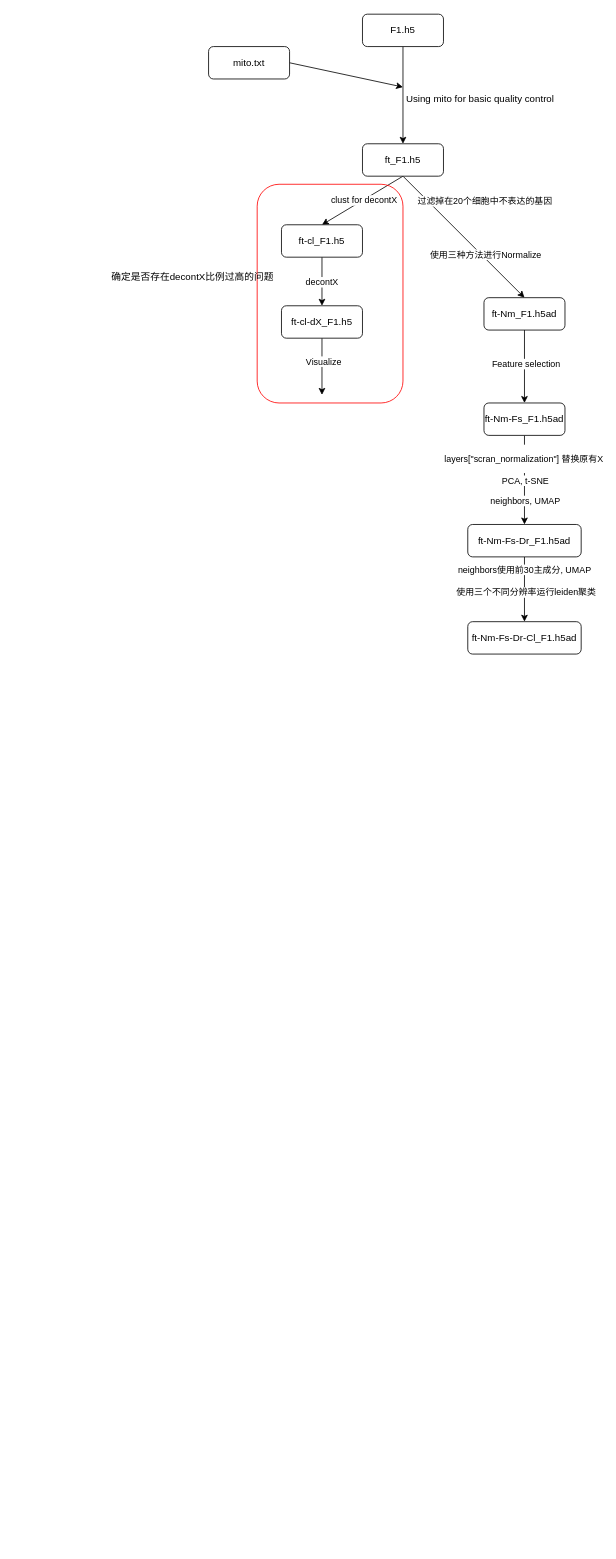
Before: .structure/main.drawio in zliu90693/downstream_analysis, a draw.io diagram. Source tidied: cells renumbered, new cells numbered last; positions are measured from the earlier drawing's top-left corner, leaving out a move shared by most shapes. Both pictures are drawn from the tidied source at 81%, with x=0, y=0 at pixel (103, 14).
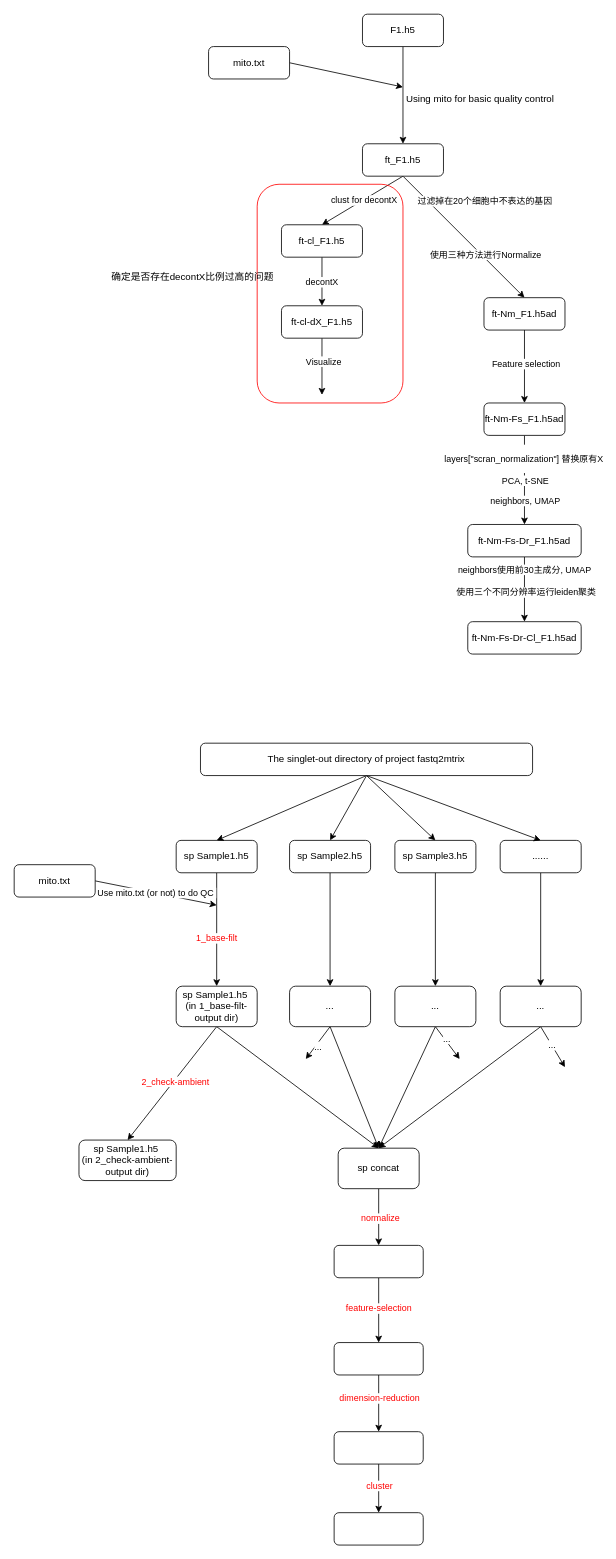
The same page after the edit.

Change to the diagram source:
```diff
@@
+    <mxCell id="35" style="edgeStyle=none;html=1;exitX=0.5;exitY=1;exitDx=0;exitDy=0;entryX=0.5;entryY=0;entryDx=0;entryDy=0;" parent="1" edge="1" source="37" target="57">
+      <mxGeometry relative="1" as="geometry" />
+    </mxCell>
+    <mxCell id="36" value="&lt;font style=&quot;color: rgb(255, 0, 0);&quot;&gt;1_base-filt&lt;/font&gt;" style="edgeLabel;html=1;align=center;verticalAlign=middle;" parent="35" vertex="1">
+      <mxGeometry x="0.14" y="-1" relative="1" as="geometry" />
+    </mxCell>
+    <mxCell id="37" value="sp Sample1.h5" style="rounded=1;whiteSpace=wrap;html=1;" parent="1" vertex="1">
+      <mxGeometry x="90" y="1020" width="100" height="40" as="geometry" />
+    </mxCell>
+    <mxCell id="38" style="edgeStyle=none;html=1;exitX=0.5;exitY=1;exitDx=0;exitDy=0;" parent="1" edge="1" source="39" target="65">
+      <mxGeometry relative="1" as="geometry" />
+    </mxCell>
+    <mxCell id="39" value="sp Sample2.h5" style="rounded=1;whiteSpace=wrap;html=1;" parent="1" vertex="1">
+      <mxGeometry x="230" y="1020" width="100" height="40" as="geometry" />
+    </mxCell>
+    <mxCell id="40" style="edgeStyle=none;html=1;exitX=0.5;exitY=1;exitDx=0;exitDy=0;" parent="1" edge="1" source="41" target="73">
+      <mxGeometry relative="1" as="geometry" />
+    </mxCell>
+    <mxCell id="41" value="sp Sample3.h5" style="rounded=1;whiteSpace=wrap;html=1;" parent="1" vertex="1">
+      <mxGeometry x="360" y="1020" width="100" height="40" as="geometry" />
+    </mxCell>
+    <mxCell id="42" style="edgeStyle=none;html=1;exitX=0.5;exitY=1;exitDx=0;exitDy=0;" parent="1" edge="1" source="43" target="69">
+      <mxGeometry relative="1" as="geometry" />
+    </mxCell>
+    <mxCell id="43" value="......" style="rounded=1;whiteSpace=wrap;html=1;" parent="1" vertex="1">
+      <mxGeometry x="490" y="1020" width="100" height="40" as="geometry" />
+    </mxCell>
+    <mxCell id="44" style="edgeStyle=none;html=1;exitX=0.5;exitY=1;exitDx=0;exitDy=0;entryX=0.5;entryY=0;entryDx=0;entryDy=0;" parent="1" edge="1" source="48" target="37">
+      <mxGeometry relative="1" as="geometry" />
+    </mxCell>
+    <mxCell id="45" style="edgeStyle=none;html=1;exitX=0.5;exitY=1;exitDx=0;exitDy=0;entryX=0.5;entryY=0;entryDx=0;entryDy=0;" parent="1" edge="1" source="48" target="39">
+      <mxGeometry relative="1" as="geometry" />
+    </mxCell>
+    <mxCell id="46" style="edgeStyle=none;html=1;exitX=0.5;exitY=1;exitDx=0;exitDy=0;entryX=0.5;entryY=0;entryDx=0;entryDy=0;" parent="1" edge="1" source="48" target="41">
+      <mxGeometry relative="1" as="geometry" />
+    </mxCell>
+    <mxCell id="47" style="edgeStyle=none;html=1;exitX=0.5;exitY=1;exitDx=0;exitDy=0;entryX=0.5;entryY=0;entryDx=0;entryDy=0;" parent="1" edge="1" source="48" target="43">
+      <mxGeometry relative="1" as="geometry" />
+    </mxCell>
+    <mxCell id="48" value="The singlet-out directory of project fastq2mtrix" style="rounded=1;whiteSpace=wrap;html=1;" parent="1" vertex="1">
+      <mxGeometry x="120" y="900" width="410" height="40" as="geometry" />
+    </mxCell>
+    <mxCell id="49" style="edgeStyle=none;html=1;exitX=1;exitY=0.5;exitDx=0;exitDy=0;" parent="1" edge="1" source="51">
+      <mxGeometry relative="1" as="geometry">
+        <mxPoint x="140" y="1100" as="targetPoint" />
+      </mxGeometry>
+    </mxCell>
+    <mxCell id="50" value="Use mito.txt (or not) to do QC&amp;nbsp;" style="edgeLabel;html=1;align=center;verticalAlign=middle;" parent="49" vertex="1">
+      <mxGeometry x="-0.1" y="1" relative="1" as="geometry">
+        <mxPoint x="8" y="2" as="offset" />
+      </mxGeometry>
+    </mxCell>
+    <mxCell id="51" value="mito.txt" style="rounded=1;whiteSpace=wrap;html=1;" parent="1" vertex="1">
+      <mxGeometry x="-110" y="1050" width="100" height="40" as="geometry" />
+    </mxCell>
+    <mxCell id="52" style="edgeStyle=none;html=1;exitX=0.5;exitY=1;exitDx=0;exitDy=0;entryX=0.5;entryY=0;entryDx=0;entryDy=0;" parent="1" edge="1" source="57" target="58">
+      <mxGeometry relative="1" as="geometry" />
+    </mxCell>
+    <mxCell id="53" value="&lt;span style=&quot;color: rgb(255, 0, 0);&quot;&gt;2_check-ambient&lt;/span&gt;" style="edgeLabel;html=1;align=center;verticalAlign=middle;" parent="52" vertex="1">
+      <mxGeometry x="-0.04" y="1" relative="1" as="geometry" />
+    </mxCell>
+    <mxCell id="54" style="edgeStyle=none;html=1;entryX=0.5;entryY=0;entryDx=0;entryDy=0;exitX=0.5;exitY=1;exitDx=0;exitDy=0;" parent="1" edge="1" source="74" target="61">
+      <mxGeometry relative="1" as="geometry" />
+    </mxCell>
+    <mxCell id="55" value="&lt;span style=&quot;color: rgb(255, 0, 0);&quot;&gt;normalize&lt;/span&gt;" style="edgeLabel;html=1;align=center;verticalAlign=middle;" parent="54" vertex="1">
+      <mxGeometry x="0.04" relative="1" as="geometry">
+        <mxPoint x="1" as="offset" />
+      </mxGeometry>
+    </mxCell>
+    <mxCell id="56" style="edgeStyle=none;html=1;exitX=0.5;exitY=1;exitDx=0;exitDy=0;entryX=0.5;entryY=0;entryDx=0;entryDy=0;" parent="1" edge="1" source="57" target="74">
+      <mxGeometry relative="1" as="geometry" />
+    </mxCell>
+    <mxCell id="57" value="sp Sample1.h5&amp;nbsp;&lt;div&gt;(in 1_base-filt-output dir)&lt;/div&gt;" style="rounded=1;whiteSpace=wrap;html=1;" parent="1" vertex="1">
+      <mxGeometry x="90" y="1200" width="100" height="50" as="geometry" />
+    </mxCell>
+    <mxCell id="58" value="sp Sample1.h5&amp;nbsp;&lt;div&gt;(in 2_check-ambient-output dir)&lt;/div&gt;" style="rounded=1;whiteSpace=wrap;html=1;" parent="1" vertex="1">
+      <mxGeometry x="-30" y="1390" width="120" height="50" as="geometry" />
+    </mxCell>
+    <mxCell id="59" style="edgeStyle=none;html=1;exitX=0.5;exitY=1;exitDx=0;exitDy=0;entryX=0.5;entryY=0;entryDx=0;entryDy=0;" parent="1" edge="1" source="61" target="77">
+      <mxGeometry relative="1" as="geometry" />
+    </mxCell>
+    <mxCell id="60" value="&lt;font style=&quot;color: rgb(255, 0, 0);&quot;&gt;feature-selection&lt;/font&gt;" style="edgeLabel;html=1;align=center;verticalAlign=middle;" parent="59" vertex="1">
+      <mxGeometry x="-0.07" y="-1" relative="1" as="geometry" />
+    </mxCell>
+    <mxCell id="61" style="rounded=1;whiteSpace=wrap;html=1;" parent="1" vertex="1">
+      <mxGeometry x="285" y="1520" width="110" height="40" as="geometry" />
+    </mxCell>
+    <mxCell id="62" style="edgeStyle=none;html=1;exitX=0.5;exitY=1;exitDx=0;exitDy=0;entryX=0.5;entryY=0;entryDx=0;entryDy=0;" parent="1" edge="1" source="65" target="74">
+      <mxGeometry relative="1" as="geometry" />
+    </mxCell>
+    <mxCell id="63" style="edgeStyle=none;html=1;exitX=0.5;exitY=1;exitDx=0;exitDy=0;" parent="1" edge="1" source="65">
+      <mxGeometry relative="1" as="geometry">
+        <mxPoint x="250" y="1290" as="targetPoint" />
+      </mxGeometry>
+    </mxCell>
+    <mxCell id="64" value="..." style="edgeLabel;html=1;align=center;verticalAlign=middle;" parent="63" vertex="1">
+      <mxGeometry x="0.14" y="2" relative="1" as="geometry" />
+    </mxCell>
+    <mxCell id="65" value="..." style="rounded=1;whiteSpace=wrap;html=1;" parent="1" vertex="1">
+      <mxGeometry x="230" y="1200" width="100" height="50" as="geometry" />
+    </mxCell>
+    <mxCell id="66" style="edgeStyle=none;html=1;exitX=0.5;exitY=1;exitDx=0;exitDy=0;entryX=0.5;entryY=0;entryDx=0;entryDy=0;" parent="1" edge="1" source="69" target="74">
+      <mxGeometry relative="1" as="geometry" />
+    </mxCell>
+    <mxCell id="67" style="edgeStyle=none;html=1;exitX=0.5;exitY=1;exitDx=0;exitDy=0;" parent="1" edge="1" source="69">
+      <mxGeometry relative="1" as="geometry">
+        <mxPoint x="570" y="1300" as="targetPoint" />
+      </mxGeometry>
+    </mxCell>
+    <mxCell id="68" value="..." style="edgeLabel;html=1;align=center;verticalAlign=middle;" parent="67" vertex="1">
+      <mxGeometry x="-0.1" relative="1" as="geometry" />
+    </mxCell>
+    <mxCell id="69" value="..." style="rounded=1;whiteSpace=wrap;html=1;" parent="1" vertex="1">
+      <mxGeometry x="490" y="1200" width="100" height="50" as="geometry" />
+    </mxCell>
+    <mxCell id="70" style="edgeStyle=none;html=1;exitX=0.5;exitY=1;exitDx=0;exitDy=0;entryX=0.5;entryY=0;entryDx=0;entryDy=0;" parent="1" edge="1" source="73" target="74">
+      <mxGeometry relative="1" as="geometry" />
+    </mxCell>
+    <mxCell id="71" style="edgeStyle=none;html=1;exitX=0.5;exitY=1;exitDx=0;exitDy=0;" parent="1" edge="1" source="73">
+      <mxGeometry relative="1" as="geometry">
+        <mxPoint x="440" y="1290" as="targetPoint" />
+      </mxGeometry>
+    </mxCell>
+    <mxCell id="72" value="..." style="edgeLabel;html=1;align=center;verticalAlign=middle;" parent="71" vertex="1">
+      <mxGeometry x="-0.2" y="2" relative="1" as="geometry" />
+    </mxCell>
+    <mxCell id="73" value="..." style="rounded=1;whiteSpace=wrap;html=1;" parent="1" vertex="1">
+      <mxGeometry x="360" y="1200" width="100" height="50" as="geometry" />
+    </mxCell>
+    <mxCell id="74" value="sp concat" style="rounded=1;whiteSpace=wrap;html=1;" parent="1" vertex="1">
+      <mxGeometry x="290" y="1400" width="100" height="50" as="geometry" />
+    </mxCell>
+    <mxCell id="75" style="edgeStyle=none;html=1;exitX=0.5;exitY=1;exitDx=0;exitDy=0;entryX=0.5;entryY=0;entryDx=0;entryDy=0;" parent="1" edge="1" source="77" target="80">
+      <mxGeometry relative="1" as="geometry" />
+    </mxCell>
+    <mxCell id="76" value="&lt;font style=&quot;color: rgb(255, 0, 0);&quot;&gt;dimension-reduction&lt;/font&gt;" style="edgeLabel;html=1;align=center;verticalAlign=middle;" parent="75" vertex="1">
+      <mxGeometry x="-0.19" relative="1" as="geometry" />
+    </mxCell>
+    <mxCell id="77" style="rounded=1;whiteSpace=wrap;html=1;" parent="1" vertex="1">
+      <mxGeometry x="285" y="1640" width="110" height="40" as="geometry" />
+    </mxCell>
+    <mxCell id="78" style="edgeStyle=none;html=1;exitX=0.5;exitY=1;exitDx=0;exitDy=0;entryX=0.5;entryY=0;entryDx=0;entryDy=0;" parent="1" edge="1" source="80" target="81">
+      <mxGeometry relative="1" as="geometry" />
+    </mxCell>
+    <mxCell id="79" value="&lt;font style=&quot;color: rgb(255, 0, 0);&quot;&gt;cluster&lt;/font&gt;" style="edgeLabel;html=1;align=center;verticalAlign=middle;" parent="78" vertex="1">
+      <mxGeometry x="-0.14" relative="1" as="geometry" />
+    </mxCell>
+    <mxCell id="80" style="rounded=1;whiteSpace=wrap;html=1;" parent="1" vertex="1">
+      <mxGeometry x="285" y="1750" width="110" height="40" as="geometry" />
+    </mxCell>
+    <mxCell id="81" style="rounded=1;whiteSpace=wrap;html=1;" parent="1" vertex="1">
+      <mxGeometry x="285" y="1850" width="110" height="40" as="geometry" />
+    </mxCell>
```
